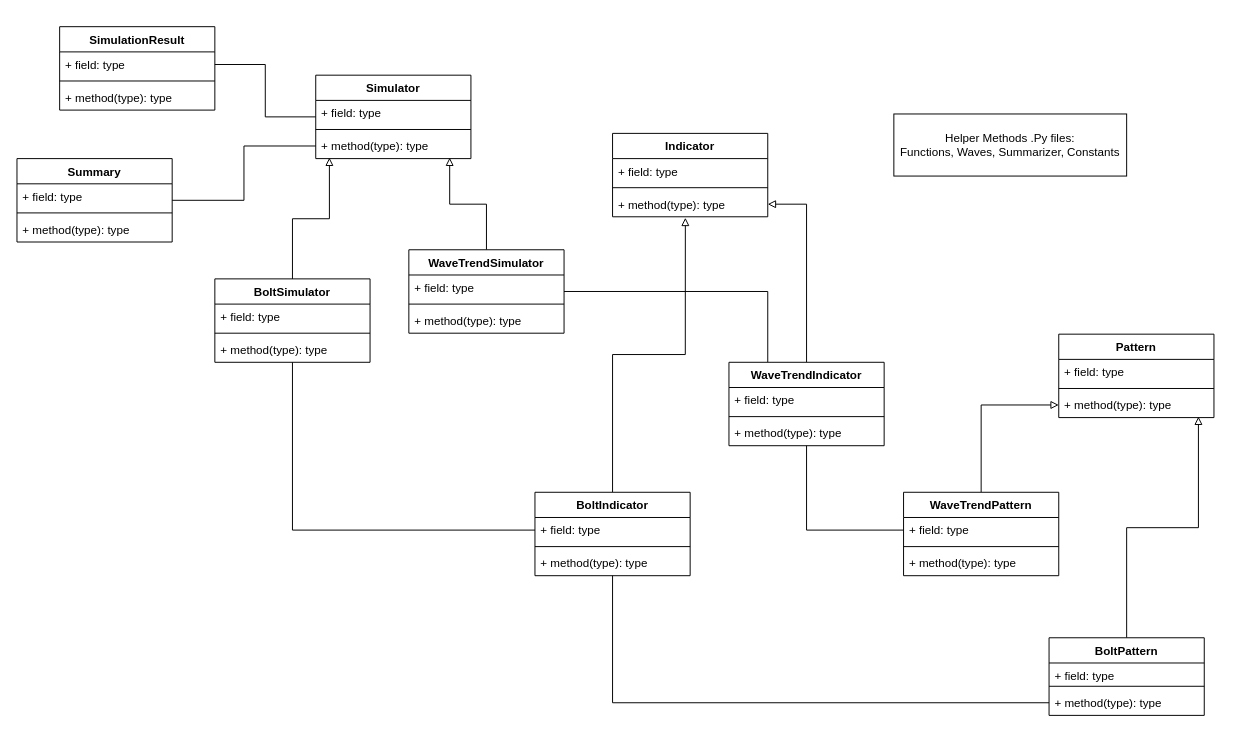
Above: Docs/ClassDiagram.drawio in ruiz-salvat/morfeo (draw.io), before the change. Source tidied: cells renumbered, new cells numbered last; positions are measured from the earlier drawing's top-left corner, leaving out a move shared by most shapes. Both pictures are drawn from the tidied source at 97%, with x=0, y=0 at pixel (16, 26).
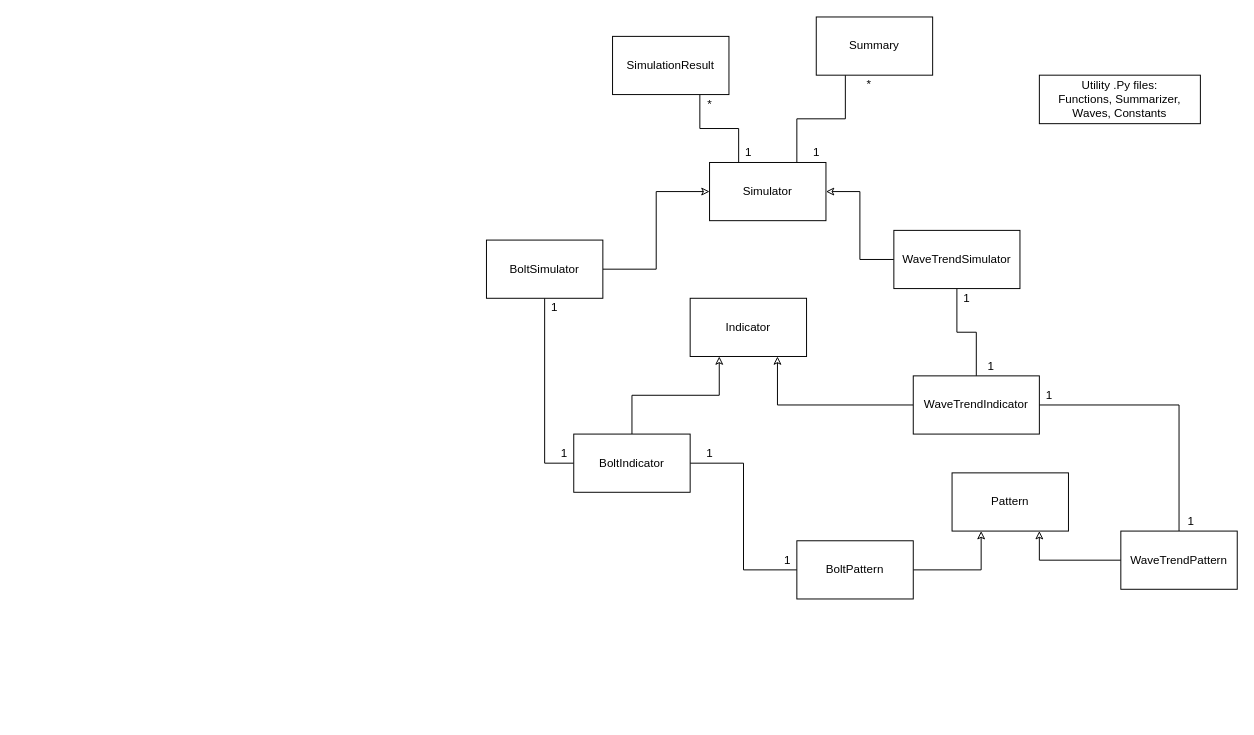
After the change.

Diff of the diagram source:
```diff
@@
-    <mxCell id="2" style="edgeStyle=orthogonalEdgeStyle;rounded=0;jettySize=auto;html=1;entryX=0.9;entryY=0.962;entryDx=0;entryDy=0;entryPerimeter=0;endArrow=block;endFill=0;" parent="1" edge="1" source="35" target="15">
-      <mxGeometry relative="1" as="geometry" />
-    </mxCell>
-    <mxCell id="3" style="edgeStyle=orthogonalEdgeStyle;rounded=0;jettySize=auto;html=1;entryX=0;entryY=0.5;entryDx=0;entryDy=0;endArrow=block;endFill=0;" parent="1" edge="1" source="39" target="15">
-      <mxGeometry relative="1" as="geometry" />
-    </mxCell>
-    <mxCell id="4" style="edgeStyle=orthogonalEdgeStyle;rounded=0;jettySize=auto;html=1;entryX=0.469;entryY=1.038;entryDx=0;entryDy=0;endArrow=block;endFill=0;entryPerimeter=0;" parent="1" edge="1" source="47" target="32">
-      <mxGeometry relative="1" as="geometry" />
-    </mxCell>
-    <mxCell id="5" style="edgeStyle=orthogonalEdgeStyle;rounded=0;jettySize=auto;html=1;entryX=1;entryY=0.5;entryDx=0;entryDy=0;endArrow=block;endFill=0;" parent="1" edge="1" source="43" target="32">
-      <mxGeometry relative="1" as="geometry" />
-    </mxCell>
-    <mxCell id="6" style="edgeStyle=orthogonalEdgeStyle;rounded=0;jettySize=auto;html=1;entryX=0.088;entryY=0.962;entryDx=0;entryDy=0;entryPerimeter=0;endArrow=block;endFill=0;" parent="1" edge="1" source="16" target="28">
-      <mxGeometry relative="1" as="geometry" />
-    </mxCell>
-    <mxCell id="7" style="edgeStyle=orthogonalEdgeStyle;rounded=0;jettySize=auto;html=1;entryX=0.863;entryY=0.962;entryDx=0;entryDy=0;entryPerimeter=0;endArrow=block;endFill=0;" parent="1" edge="1" source="20" target="28">
-      <mxGeometry relative="1" as="geometry" />
-    </mxCell>
-    <mxCell id="8" style="edgeStyle=orthogonalEdgeStyle;rounded=0;jettySize=auto;html=1;entryX=0;entryY=0.5;entryDx=0;entryDy=0;endArrow=none;endFill=0;" parent="1" edge="1" source="16" target="48">
-      <mxGeometry relative="1" as="geometry" />
-    </mxCell>
+    <mxCell id="59" style="edgeStyle=orthogonalEdgeStyle;rounded=0;jettySize=auto;html=1;exitX=0.25;exitY=0;exitDx=0;exitDy=0;entryX=0.75;entryY=1;entryDx=0;entryDy=0;endArrow=none;endFill=0;" parent="1" edge="1" source="25" target="55">
+      <mxGeometry relative="1" as="geometry" />
+    </mxCell>
+    <mxCell id="60" style="edgeStyle=orthogonalEdgeStyle;rounded=0;jettySize=auto;html=1;exitX=0.75;exitY=0;exitDx=0;exitDy=0;entryX=0.25;entryY=1;entryDx=0;entryDy=0;endArrow=none;endFill=0;" parent="1" edge="1" source="25" target="51">
+      <mxGeometry relative="1" as="geometry" />
+    </mxCell>
+    <mxCell id="25" value="Simulator" style="rounded=0;whiteSpace=wrap;html=1;" parent="1" vertex="1">
+      <mxGeometry x="714" y="140" width="120" height="60" as="geometry" />
+    </mxCell>
+    <mxCell id="61" style="edgeStyle=orthogonalEdgeStyle;rounded=0;jettySize=auto;html=1;entryX=0;entryY=0.5;entryDx=0;entryDy=0;endArrow=classic;endFill=0;" parent="1" edge="1" source="16" target="25">
+      <mxGeometry relative="1" as="geometry" />
+    </mxCell>
+    <mxCell id="62" style="edgeStyle=orthogonalEdgeStyle;rounded=0;jettySize=auto;html=1;entryX=0;entryY=0.5;entryDx=0;entryDy=0;endArrow=none;endFill=0;" parent="1" edge="1" source="16" target="47">
+      <mxGeometry relative="1" as="geometry" />
+    </mxCell>
+    <mxCell id="16" value="BoltSimulator" style="rounded=0;whiteSpace=wrap;html=1;" parent="1" vertex="1">
+      <mxGeometry x="484" y="220" width="120" height="60" as="geometry" />
+    </mxCell>
+    <mxCell id="63" style="edgeStyle=orthogonalEdgeStyle;rounded=0;jettySize=auto;html=1;entryX=1;entryY=0.5;entryDx=0;entryDy=0;endArrow=classic;endFill=0;" parent="1" edge="1" source="20" target="25">
+      <mxGeometry relative="1" as="geometry" />
+    </mxCell>
-    <mxCell id="9" style="edgeStyle=orthogonalEdgeStyle;rounded=0;jettySize=auto;html=1;entryX=0.25;entryY=0;entryDx=0;entryDy=0;endArrow=none;endFill=0;" parent="1" edge="1" source="20" target="43">
+    <mxCell id="9" style="edgeStyle=orthogonalEdgeStyle;rounded=0;jettySize=auto;html=1;entryX=0.5;entryY=0;entryDx=0;entryDy=0;endArrow=none;endFill=0;" parent="1" edge="1" source="20" target="43">
       <mxGeometry relative="1" as="geometry" />
     </mxCell>
-    <mxCell id="10" style="edgeStyle=orthogonalEdgeStyle;rounded=0;jettySize=auto;html=1;entryX=0;entryY=0.5;entryDx=0;entryDy=0;endArrow=none;endFill=0;" parent="1" edge="1" source="43" target="40">
-      <mxGeometry relative="1" as="geometry" />
-    </mxCell>
-    <mxCell id="11" style="edgeStyle=orthogonalEdgeStyle;rounded=0;jettySize=auto;html=1;entryX=0;entryY=0.5;entryDx=0;entryDy=0;endArrow=none;endFill=0;" parent="1" edge="1" source="47" target="38">
-      <mxGeometry relative="1" as="geometry" />
-    </mxCell>
+    <mxCell id="20" value="WaveTrendSimulator" style="rounded=0;whiteSpace=wrap;html=1;" parent="1" vertex="1">
+      <mxGeometry x="904" y="210" width="130" height="60" as="geometry" />
+    </mxCell>
+    <mxCell id="29" value="Indicator" style="rounded=0;whiteSpace=wrap;html=1;" parent="1" vertex="1">
+      <mxGeometry x="694" y="280" width="120" height="60" as="geometry" />
+    </mxCell>
+    <mxCell id="64" style="edgeStyle=orthogonalEdgeStyle;rounded=0;jettySize=auto;html=1;entryX=0.25;entryY=1;entryDx=0;entryDy=0;endArrow=classic;endFill=0;" parent="1" edge="1" source="47" target="29">
+      <mxGeometry relative="1" as="geometry" />
+    </mxCell>
+    <mxCell id="65" style="edgeStyle=orthogonalEdgeStyle;rounded=0;jettySize=auto;html=1;entryX=0;entryY=0.5;entryDx=0;entryDy=0;endArrow=none;endFill=0;" parent="1" edge="1" source="47" target="35">
+      <mxGeometry relative="1" as="geometry" />
+    </mxCell>
+    <mxCell id="47" value="BoltIndicator" style="rounded=0;whiteSpace=wrap;html=1;" parent="1" vertex="1">
+      <mxGeometry x="574" y="420" width="120" height="60" as="geometry" />
+    </mxCell>
+    <mxCell id="66" style="edgeStyle=orthogonalEdgeStyle;rounded=0;jettySize=auto;html=1;entryX=0.75;entryY=1;entryDx=0;entryDy=0;endArrow=classic;endFill=0;" parent="1" edge="1" source="43" target="29">
+      <mxGeometry relative="1" as="geometry" />
+    </mxCell>
+    <mxCell id="67" style="edgeStyle=orthogonalEdgeStyle;rounded=0;jettySize=auto;html=1;entryX=0.5;entryY=0;entryDx=0;entryDy=0;endArrow=none;endFill=0;" parent="1" edge="1" source="43" target="39">
+      <mxGeometry relative="1" as="geometry" />
+    </mxCell>
+    <mxCell id="43" value="WaveTrendIndicator" style="rounded=0;whiteSpace=wrap;html=1;" parent="1" vertex="1">
+      <mxGeometry x="924" y="360" width="130" height="60" as="geometry" />
+    </mxCell>
-    <mxCell id="12" value="Pattern" style="swimlane;fontStyle=1;align=center;verticalAlign=top;horizontal=1;startSize=26;" parent="1" vertex="1">
-      <mxGeometry x="1074" y="317" width="160" height="86" as="geometry" />
+    <mxCell id="12" value="Pattern" style="rounded=0;whiteSpace=wrap;html=1;" parent="1" vertex="1">
+      <mxGeometry x="964" y="460" width="120" height="60" as="geometry" />
     </mxCell>
-    <mxCell id="13" value="+ field: type" style="text;strokeColor=none;fillColor=none;align=left;verticalAlign=top;spacingLeft=4;spacingRight=4;overflow=hidden;" parent="12" vertex="1">
-      <mxGeometry y="26" width="160" height="26" as="geometry" />
-    </mxCell>
-    <mxCell id="14" style="line;strokeWidth=1;fillColor=none;align=left;verticalAlign=middle;spacingTop=-1;spacingLeft=3;spacingRight=3;labelPosition=right;" parent="12" vertex="1">
-      <mxGeometry y="52" width="160" height="8" as="geometry" />
-    </mxCell>
-    <mxCell id="15" value="+ method(type): type" style="text;strokeColor=none;fillColor=none;align=left;verticalAlign=top;spacingLeft=4;spacingRight=4;overflow=hidden;points=[[0,0.5],[1,0.5]];portConstraint=eastwest;" parent="12" vertex="1">
-      <mxGeometry y="60" width="160" height="26" as="geometry" />
-    </mxCell>
-    <mxCell id="16" value="BoltSimulator" style="swimlane;fontStyle=1;align=center;verticalAlign=top;horizontal=1;startSize=26;" parent="1" vertex="1">
-      <mxGeometry x="204" y="260" width="160" height="86" as="geometry" />
-    </mxCell>
-    <mxCell id="17" value="+ field: type" style="text;strokeColor=none;fillColor=none;align=left;verticalAlign=top;spacingLeft=4;spacingRight=4;overflow=hidden;" parent="16" vertex="1">
-      <mxGeometry y="26" width="160" height="26" as="geometry" />
-    </mxCell>
-    <mxCell id="18" style="line;strokeWidth=1;fillColor=none;align=left;verticalAlign=middle;spacingTop=-1;spacingLeft=3;spacingRight=3;labelPosition=right;" parent="16" vertex="1">
-      <mxGeometry y="52" width="160" height="8" as="geometry" />
-    </mxCell>
-    <mxCell id="19" value="+ method(type): type" style="text;strokeColor=none;fillColor=none;align=left;verticalAlign=top;spacingLeft=4;spacingRight=4;overflow=hidden;" parent="16" vertex="1">
-      <mxGeometry y="60" width="160" height="26" as="geometry" />
-    </mxCell>
-    <mxCell id="20" value="WaveTrendSimulator" style="swimlane;fontStyle=1;align=center;verticalAlign=top;horizontal=1;startSize=26;" parent="1" vertex="1">
-      <mxGeometry x="404" y="230" width="160" height="86" as="geometry" />
-    </mxCell>
-    <mxCell id="21" value="+ field: type" style="text;strokeColor=none;fillColor=none;align=left;verticalAlign=top;spacingLeft=4;spacingRight=4;overflow=hidden;" parent="20" vertex="1">
-      <mxGeometry y="26" width="160" height="26" as="geometry" />
-    </mxCell>
-    <mxCell id="22" style="line;strokeWidth=1;fillColor=none;align=left;verticalAlign=middle;spacingTop=-1;spacingLeft=3;spacingRight=3;labelPosition=right;" parent="20" vertex="1">
-      <mxGeometry y="52" width="160" height="8" as="geometry" />
-    </mxCell>
-    <mxCell id="23" value="+ method(type): type" style="text;strokeColor=none;fillColor=none;align=left;verticalAlign=top;spacingLeft=4;spacingRight=4;overflow=hidden;" parent="20" vertex="1">
-      <mxGeometry y="60" width="160" height="26" as="geometry" />
-    </mxCell>
-    <mxCell id="24" style="edgeStyle=orthogonalEdgeStyle;rounded=0;jettySize=auto;html=1;entryX=1;entryY=0.5;entryDx=0;entryDy=0;endArrow=none;endFill=0;" parent="1" edge="1" source="25" target="56">
-      <mxGeometry relative="1" as="geometry" />
-    </mxCell>
-    <mxCell id="25" value="Simulator" style="swimlane;fontStyle=1;align=center;verticalAlign=top;horizontal=1;startSize=26;" parent="1" vertex="1">
-      <mxGeometry x="308" y="50" width="160" height="86" as="geometry" />
-    </mxCell>
-    <mxCell id="26" value="+ field: type" style="text;strokeColor=none;fillColor=none;align=left;verticalAlign=top;spacingLeft=4;spacingRight=4;overflow=hidden;" parent="25" vertex="1">
-      <mxGeometry y="26" width="160" height="26" as="geometry" />
-    </mxCell>
-    <mxCell id="27" style="line;strokeWidth=1;fillColor=none;align=left;verticalAlign=middle;spacingTop=-1;spacingLeft=3;spacingRight=3;labelPosition=right;" parent="25" vertex="1">
-      <mxGeometry y="52" width="160" height="8" as="geometry" />
-    </mxCell>
-    <mxCell id="28" value="+ method(type): type" style="text;strokeColor=none;fillColor=none;align=left;verticalAlign=top;spacingLeft=4;spacingRight=4;overflow=hidden;points=[[0,0.5],[1,0.5]];portConstraint=eastwest;" parent="25" vertex="1">
-      <mxGeometry y="60" width="160" height="26" as="geometry" />
-    </mxCell>
-    <mxCell id="29" value="Indicator" style="swimlane;fontStyle=1;align=center;verticalAlign=top;horizontal=1;startSize=26;" parent="1" vertex="1">
-      <mxGeometry x="614" y="110" width="160" height="86" as="geometry" />
-    </mxCell>
-    <mxCell id="30" value="+ field: type" style="text;strokeColor=none;fillColor=none;align=left;verticalAlign=top;spacingLeft=4;spacingRight=4;overflow=hidden;" parent="29" vertex="1">
-      <mxGeometry y="26" width="160" height="26" as="geometry" />
-    </mxCell>
-    <mxCell id="31" style="line;strokeWidth=1;fillColor=none;align=left;verticalAlign=middle;spacingTop=-1;spacingLeft=3;spacingRight=3;labelPosition=right;" parent="29" vertex="1">
-      <mxGeometry y="52" width="160" height="8" as="geometry" />
-    </mxCell>
-    <mxCell id="32" value="+ method(type): type" style="text;strokeColor=none;fillColor=none;align=left;verticalAlign=top;spacingLeft=4;spacingRight=4;overflow=hidden;points=[[0,0.5],[1,0.5]];portConstraint=eastwest;" parent="29" vertex="1">
-      <mxGeometry y="60" width="160" height="26" as="geometry" />
-    </mxCell>
-    <mxCell id="33" value="Helper Methods .Py files:&lt;br&gt;Functions, Waves, Summarizer, Constants" style="rounded=0;whiteSpace=wrap;html=1;" parent="1" vertex="1">
-      <mxGeometry x="904" y="90" width="240" height="64" as="geometry" />
-    </mxCell>
-    <mxCell id="34" style="edgeStyle=orthogonalEdgeStyle;rounded=0;jettySize=auto;html=1;entryX=0;entryY=0.5;entryDx=0;entryDy=0;endArrow=none;endFill=0;" parent="1" edge="1" source="51" target="28">
-      <mxGeometry relative="1" as="geometry" />
-    </mxCell>
+    <mxCell id="68" style="edgeStyle=orthogonalEdgeStyle;rounded=0;jettySize=auto;html=1;entryX=0.25;entryY=1;entryDx=0;entryDy=0;endArrow=classic;endFill=0;" parent="1" edge="1" source="35" target="12">
+      <mxGeometry relative="1" as="geometry" />
+    </mxCell>
-    <mxCell id="35" value="BoltPattern" style="swimlane;fontStyle=1;align=center;verticalAlign=top;horizontal=1;startSize=26;" parent="1" vertex="1">
-      <mxGeometry x="1064" y="630" width="160" height="80" as="geometry" />
+    <mxCell id="35" value="BoltPattern" style="rounded=0;whiteSpace=wrap;html=1;" parent="1" vertex="1">
+      <mxGeometry x="804" y="530" width="120" height="60" as="geometry" />
     </mxCell>
-    <mxCell id="36" value="+ field: type" style="text;strokeColor=none;fillColor=none;align=left;verticalAlign=top;spacingLeft=4;spacingRight=4;overflow=hidden;" parent="35" vertex="1">
-      <mxGeometry y="26" width="160" height="20" as="geometry" />
-    </mxCell>
-    <mxCell id="37" style="line;strokeWidth=1;fillColor=none;align=left;verticalAlign=middle;spacingTop=-1;spacingLeft=3;spacingRight=3;labelPosition=right;" parent="35" vertex="1">
-      <mxGeometry y="46" width="160" height="8" as="geometry" />
-    </mxCell>
-    <mxCell id="38" value="+ method(type): type" style="text;strokeColor=none;fillColor=none;align=left;verticalAlign=top;spacingLeft=4;spacingRight=4;overflow=hidden;points=[[0,0.5],[1,0.5]];portConstraint=eastwest;" parent="35" vertex="1">
-      <mxGeometry y="54" width="160" height="26" as="geometry" />
-    </mxCell>
+    <mxCell id="69" style="edgeStyle=orthogonalEdgeStyle;rounded=0;jettySize=auto;html=1;entryX=0.75;entryY=1;entryDx=0;entryDy=0;endArrow=classic;endFill=0;" parent="1" edge="1" source="39" target="12">
+      <mxGeometry relative="1" as="geometry" />
+    </mxCell>
-    <mxCell id="39" value="WaveTrendPattern" style="swimlane;fontStyle=1;align=center;verticalAlign=top;horizontal=1;startSize=26;" parent="1" vertex="1">
-      <mxGeometry x="914" y="480" width="160" height="86" as="geometry" />
+    <mxCell id="39" value="WaveTrendPattern" style="rounded=0;whiteSpace=wrap;html=1;" parent="1" vertex="1">
+      <mxGeometry x="1138" y="520" width="120" height="60" as="geometry" />
     </mxCell>
-    <mxCell id="40" value="+ field: type" style="text;strokeColor=none;fillColor=none;align=left;verticalAlign=top;spacingLeft=4;spacingRight=4;overflow=hidden;points=[[0,0.5],[1,0.5]];portConstraint=eastwest;" parent="39" vertex="1">
-      <mxGeometry y="26" width="160" height="26" as="geometry" />
-    </mxCell>
-    <mxCell id="41" style="line;strokeWidth=1;fillColor=none;align=left;verticalAlign=middle;spacingTop=-1;spacingLeft=3;spacingRight=3;labelPosition=right;" parent="39" vertex="1">
-      <mxGeometry y="52" width="160" height="8" as="geometry" />
-    </mxCell>
-    <mxCell id="42" value="+ method(type): type" style="text;strokeColor=none;fillColor=none;align=left;verticalAlign=top;spacingLeft=4;spacingRight=4;overflow=hidden;" parent="39" vertex="1">
-      <mxGeometry y="60" width="160" height="26" as="geometry" />
-    </mxCell>
-    <mxCell id="43" value="WaveTrendIndicator" style="swimlane;fontStyle=1;align=center;verticalAlign=top;horizontal=1;startSize=26;" parent="1" vertex="1">
-      <mxGeometry x="734" y="346" width="160" height="86" as="geometry" />
-    </mxCell>
-    <mxCell id="44" value="+ field: type" style="text;strokeColor=none;fillColor=none;align=left;verticalAlign=top;spacingLeft=4;spacingRight=4;overflow=hidden;" parent="43" vertex="1">
-      <mxGeometry y="26" width="160" height="26" as="geometry" />
-    </mxCell>
-    <mxCell id="45" style="line;strokeWidth=1;fillColor=none;align=left;verticalAlign=middle;spacingTop=-1;spacingLeft=3;spacingRight=3;labelPosition=right;" parent="43" vertex="1">
-      <mxGeometry y="52" width="160" height="8" as="geometry" />
-    </mxCell>
-    <mxCell id="46" value="+ method(type): type" style="text;strokeColor=none;fillColor=none;align=left;verticalAlign=top;spacingLeft=4;spacingRight=4;overflow=hidden;" parent="43" vertex="1">
-      <mxGeometry y="60" width="160" height="26" as="geometry" />
-    </mxCell>
-    <mxCell id="47" value="BoltIndicator" style="swimlane;fontStyle=1;align=center;verticalAlign=top;horizontal=1;startSize=26;" parent="1" vertex="1">
-      <mxGeometry x="534" y="480" width="160" height="86" as="geometry" />
-    </mxCell>
-    <mxCell id="48" value="+ field: type" style="text;strokeColor=none;fillColor=none;align=left;verticalAlign=top;spacingLeft=4;spacingRight=4;overflow=hidden;points=[[0,0.5],[1,0.5]];portConstraint=eastwest;" parent="47" vertex="1">
-      <mxGeometry y="26" width="160" height="26" as="geometry" />
-    </mxCell>
-    <mxCell id="49" style="line;strokeWidth=1;fillColor=none;align=left;verticalAlign=middle;spacingTop=-1;spacingLeft=3;spacingRight=3;labelPosition=right;" parent="47" vertex="1">
-      <mxGeometry y="52" width="160" height="8" as="geometry" />
-    </mxCell>
-    <mxCell id="50" value="+ method(type): type" style="text;strokeColor=none;fillColor=none;align=left;verticalAlign=top;spacingLeft=4;spacingRight=4;overflow=hidden;" parent="47" vertex="1">
-      <mxGeometry y="60" width="160" height="26" as="geometry" />
-    </mxCell>
+    <mxCell id="55" value="SimulationResult" style="rounded=0;whiteSpace=wrap;html=1;" parent="1" vertex="1">
+      <mxGeometry x="614" y="10" width="120" height="60" as="geometry" />
+    </mxCell>
-    <mxCell id="51" value="Summary" style="swimlane;fontStyle=1;align=center;verticalAlign=top;horizontal=1;startSize=26;" parent="1" vertex="1">
-      <mxGeometry y="136" width="160" height="86" as="geometry" />
+    <mxCell id="51" value="Summary" style="rounded=0;whiteSpace=wrap;html=1;" parent="1" vertex="1">
+      <mxGeometry x="824" y="-10" width="120" height="60" as="geometry" />
     </mxCell>
-    <mxCell id="52" value="+ field: type" style="text;strokeColor=none;fillColor=none;align=left;verticalAlign=top;spacingLeft=4;spacingRight=4;overflow=hidden;" parent="51" vertex="1">
-      <mxGeometry y="26" width="160" height="26" as="geometry" />
-    </mxCell>
-    <mxCell id="53" style="line;strokeWidth=1;fillColor=none;align=left;verticalAlign=middle;spacingTop=-1;spacingLeft=3;spacingRight=3;labelPosition=right;" parent="51" vertex="1">
-      <mxGeometry y="52" width="160" height="8" as="geometry" />
-    </mxCell>
-    <mxCell id="54" value="+ method(type): type" style="text;strokeColor=none;fillColor=none;align=left;verticalAlign=top;spacingLeft=4;spacingRight=4;overflow=hidden;" parent="51" vertex="1">
-      <mxGeometry y="60" width="160" height="26" as="geometry" />
-    </mxCell>
-    <mxCell id="55" value="SimulationResult" style="swimlane;fontStyle=1;align=center;verticalAlign=top;horizontal=1;startSize=26;" parent="1" vertex="1">
-      <mxGeometry x="44" width="160" height="86" as="geometry" />
-    </mxCell>
-    <mxCell id="56" value="+ field: type" style="text;strokeColor=none;fillColor=none;align=left;verticalAlign=top;spacingLeft=4;spacingRight=4;overflow=hidden;points=[[0,0.5],[1,0.5]];portConstraint=eastwest;" parent="55" vertex="1">
-      <mxGeometry y="26" width="160" height="26" as="geometry" />
-    </mxCell>
-    <mxCell id="57" style="line;strokeWidth=1;fillColor=none;align=left;verticalAlign=middle;spacingTop=-1;spacingLeft=3;spacingRight=3;labelPosition=right;" parent="55" vertex="1">
-      <mxGeometry y="52" width="160" height="8" as="geometry" />
-    </mxCell>
-    <mxCell id="58" value="+ method(type): type" style="text;strokeColor=none;fillColor=none;align=left;verticalAlign=top;spacingLeft=4;spacingRight=4;overflow=hidden;" parent="55" vertex="1">
-      <mxGeometry y="60" width="160" height="26" as="geometry" />
-    </mxCell>
+    <mxCell id="70" value="Utility .Py files:&lt;br&gt;Functions, Summarizer, Waves, Constants" style="rounded=0;whiteSpace=wrap;html=1;" parent="1" vertex="1">
+      <mxGeometry x="1054" y="50" width="166" height="50" as="geometry" />
+    </mxCell>
+    <mxCell id="71" value="*" style="text;html=1;align=center;verticalAlign=middle;" parent="1" vertex="1">
+      <mxGeometry x="868" y="50" width="20" height="20" as="geometry" />
+    </mxCell>
+    <mxCell id="72" value="1" style="text;html=1;align=center;verticalAlign=middle;" parent="1" vertex="1">
+      <mxGeometry x="814" y="120" width="20" height="20" as="geometry" />
+    </mxCell>
+    <mxCell id="73" value="1" style="text;html=1;align=center;verticalAlign=middle;" parent="1" vertex="1">
+      <mxGeometry x="744" y="120" width="20" height="20" as="geometry" />
+    </mxCell>
+    <mxCell id="74" value="*" style="text;html=1;align=center;verticalAlign=middle;" parent="1" vertex="1">
+      <mxGeometry x="704" y="70" width="20" height="20" as="geometry" />
+    </mxCell>
+    <mxCell id="75" value="1" style="text;html=1;align=center;verticalAlign=middle;" parent="1" vertex="1">
+      <mxGeometry x="544" y="280" width="20" height="20" as="geometry" />
+    </mxCell>
+    <mxCell id="76" value="1" style="text;html=1;align=center;verticalAlign=middle;" parent="1" vertex="1">
+      <mxGeometry x="554" y="430" width="20" height="20" as="geometry" />
+    </mxCell>
+    <mxCell id="77" value="1" style="text;html=1;align=center;verticalAlign=middle;" parent="1" vertex="1">
+      <mxGeometry x="704" y="430" width="20" height="20" as="geometry" />
+    </mxCell>
+    <mxCell id="78" value="1" style="text;html=1;align=center;verticalAlign=middle;" parent="1" vertex="1">
+      <mxGeometry x="784" y="540" width="20" height="20" as="geometry" />
+    </mxCell>
+    <mxCell id="79" value="1" style="text;html=1;align=center;verticalAlign=middle;" parent="1" vertex="1">
+      <mxGeometry x="1054" y="370" width="20" height="20" as="geometry" />
+    </mxCell>
+    <mxCell id="80" value="1" style="text;html=1;align=center;verticalAlign=middle;" parent="1" vertex="1">
+      <mxGeometry x="1200" y="500" width="20" height="20" as="geometry" />
+    </mxCell>
+    <mxCell id="81" value="1" style="text;html=1;align=center;verticalAlign=middle;" parent="1" vertex="1">
+      <mxGeometry x="994" y="340" width="20" height="20" as="geometry" />
+    </mxCell>
+    <mxCell id="82" value="1" style="text;html=1;align=center;verticalAlign=middle;" parent="1" vertex="1">
+      <mxGeometry x="969" y="270" width="20" height="20" as="geometry" />
+    </mxCell>
```
